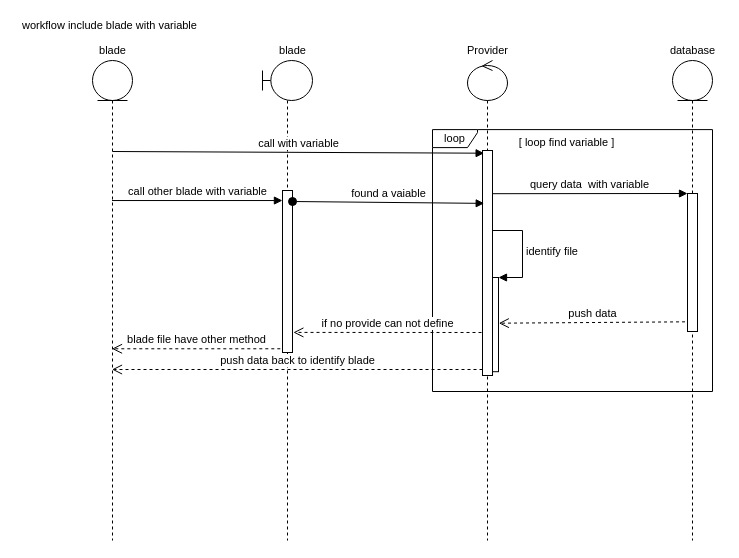
Above: page "Page-5" (5 of 5) of SeviceHandler.drawio in iphearum/Documents (draw.io), before the change. Source tidied: cells renumbered, new cells numbered last; positions are measured from the earlier drawing's top-left corner, leaving out a move shared by most shapes. Both pictures are drawn from the tidied source at 100%, with x=0, y=0 at pixel (17, 17).
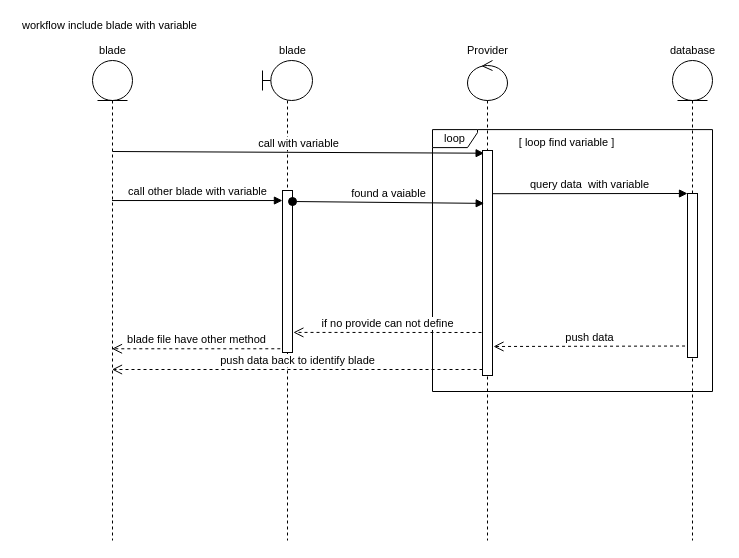
Above is the later version.

Unchanged cells that the change refers to:
```xml
<mxCell id="7" style="group;" parent="6" vertex="1">
  <mxGeometry y="9.1" width="280" height="261.9" as="geometry" />
</mxCell>
<mxCell id="21" style="html=1;points=[];perimeter=orthogonalPerimeter;rounded=0;fontSize=11;" parent="20" vertex="1">
  <mxGeometry x="15" y="90" width="10" height="225" as="geometry" />
</mxCell>
<mxCell id="24" style="shape=umlLifeline;participant=umlEntity;perimeter=lifelinePerimeter;whiteSpace=wrap;html=1;verticalAlign=top;spacingTop=36;labelBackgroundColor=#ffffff;rounded=0;fontSize=11;gradientColor=none;" parent="23" vertex="1">
  <mxGeometry x="10" y="20" width="40" height="480" as="geometry" />
</mxCell>
```

The edit, as a diff of the source:
```diff
@@
-    <mxCell id="10" style="html=1;points=[];perimeter=orthogonalPerimeter;rounded=0;fontSize=11;" parent="7" vertex="1">
-      <mxGeometry x="56" y="147.9" width="10" height="94.2" as="geometry" />
-    </mxCell>
@@
-    <mxCell id="17" value="push data" style="html=1;verticalAlign=bottom;endArrow=open;dashed=1;endSize=8;exitX=-0.246;exitY=0.93;fontSize=11;entryX=1.031;entryY=0.485;entryDx=0;entryDy=0;entryPerimeter=0;exitDx=0;exitDy=0;exitPerimeter=0;" parent="1" edge="1" source="25" target="10">
-      <mxGeometry relative="1" as="geometry" />
+    <mxCell id="17" value="push data" style="html=1;verticalAlign=bottom;endArrow=open;dashed=1;endSize=8;exitX=-0.246;exitY=0.93;fontSize=11;exitDx=0;exitDy=0;exitPerimeter=0;" parent="1" edge="1" source="25">
+      <mxGeometry relative="1" as="geometry">
+        <mxPoint x="476" y="329" as="targetPoint" />
+      </mxGeometry>
     </mxCell>
@@
     <mxCell id="25" style="html=1;points=[];perimeter=orthogonalPerimeter;rounded=0;fontSize=11;" parent="24" vertex="1">
-      <mxGeometry x="15" y="133" width="10" height="138" as="geometry" />
+      <mxGeometry x="15" y="133" width="10" height="164" as="geometry" />
     </mxCell>
@@
-    <mxCell id="31" value="identify file&amp;nbsp;" style="edgeStyle=orthogonalEdgeStyle;html=1;align=left;spacingLeft=2;endArrow=block;rounded=0;entryX=1;entryY=0;fontSize=11;" parent="1" edge="1" source="21" target="10">
-      <mxGeometry relative="1" as="geometry">
-        <Array as="points">
-          <mxPoint x="505" y="213" />
-          <mxPoint x="505" y="260" />
-        </Array>
-      </mxGeometry>
-    </mxCell>
```
